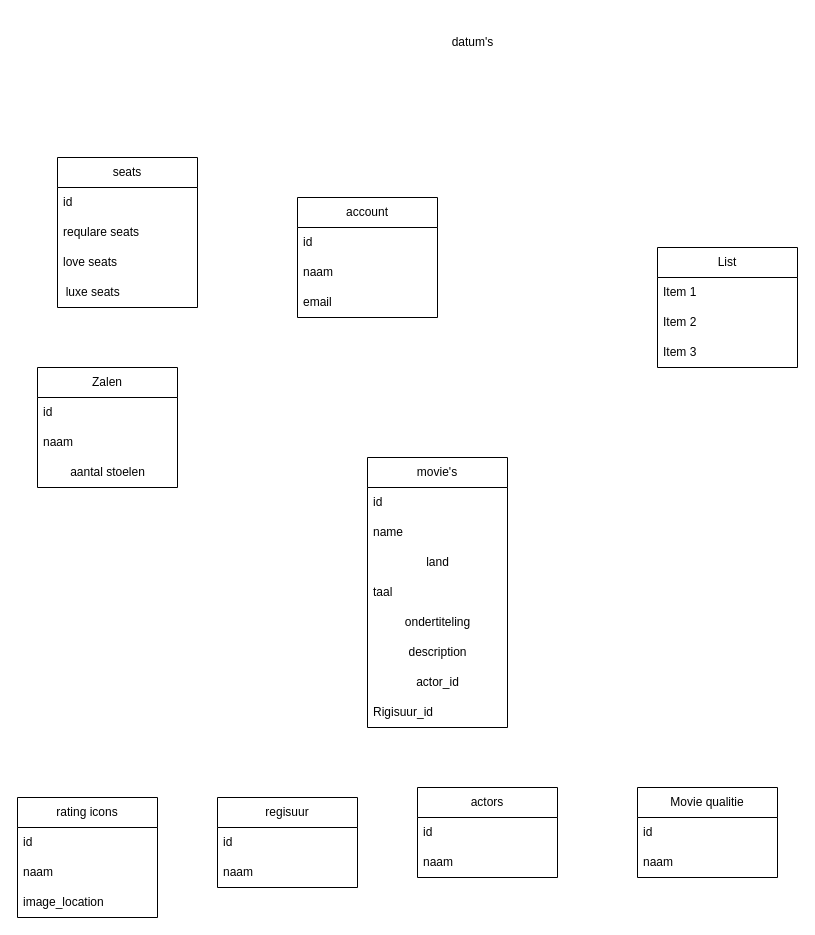
This is Diagram zonder titel.drawio from TimOudeAvenhuis/Jelle-opdracht, a draw.io file, before an edit. Source tidied: cells renumbered, new cells numbered last; positions are measured from the earlier drawing's top-left corner, leaving out a move shared by most shapes. Both pictures are drawn from the tidied source at 100%, with x=0, y=0 at pixel (17, 27).
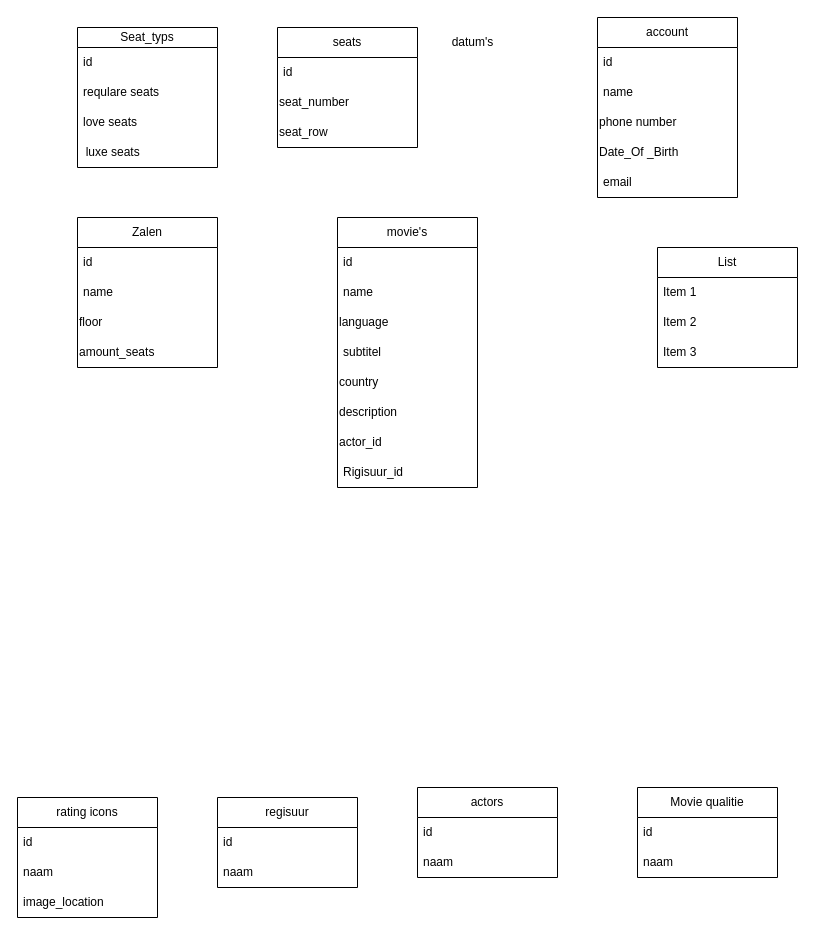
Above is the later version.

Diff of the diagram source:
```diff
@@
     <mxCell id="3" value="account" style="swimlane;fontStyle=0;horizontal=1;startSize=30;whiteSpace=wrap;html=1;" parent="1" vertex="1">
-      <mxGeometry x="280" y="170" width="140" height="120" as="geometry" />
+      <mxGeometry x="580" y="-10" width="140" height="180" as="geometry" />
     </mxCell>
@@
-    <mxCell id="5" value="naam" style="text;strokeColor=none;fillColor=none;align=left;verticalAlign=middle;spacingLeft=4;spacingRight=4;overflow=hidden;whiteSpace=wrap;html=1;" parent="3" vertex="1">
+    <mxCell id="5" value="name" style="text;strokeColor=none;fillColor=none;align=left;verticalAlign=middle;spacingLeft=4;spacingRight=4;overflow=hidden;whiteSpace=wrap;html=1;" parent="3" vertex="1">
       <mxGeometry y="60" width="140" height="30" as="geometry" />
     </mxCell>
+    <mxCell id="42" value="phone number" style="text;html=1;align=left;verticalAlign=middle;strokeColor=none;fillColor=none;" parent="3" vertex="1">
+      <mxGeometry y="90" width="140" height="30" as="geometry" />
+    </mxCell>
+    <mxCell id="43" value="Date_Of _Birth" style="text;html=1;align=left;verticalAlign=middle;strokeColor=none;fillColor=none;" parent="3" vertex="1">
+      <mxGeometry y="120" width="140" height="30" as="geometry" />
+    </mxCell>
     <mxCell id="6" value="email" style="text;strokeColor=none;fillColor=none;align=left;verticalAlign=middle;spacingLeft=4;spacingRight=4;overflow=hidden;whiteSpace=wrap;html=1;" parent="3" vertex="1">
-      <mxGeometry y="90" width="140" height="30" as="geometry" />
+      <mxGeometry y="150" width="140" height="30" as="geometry" />
     </mxCell>
     <mxCell id="7" value="Zalen" style="swimlane;fontStyle=0;horizontal=1;startSize=30;whiteSpace=wrap;html=1;" parent="1" vertex="1">
-      <mxGeometry x="20" y="340" width="140" height="120" as="geometry" />
+      <mxGeometry x="60" y="190" width="140" height="150" as="geometry" />
     </mxCell>
@@
-    <mxCell id="9" value="naam" style="text;strokeColor=none;fillColor=none;align=left;verticalAlign=middle;spacingLeft=4;spacingRight=4;overflow=hidden;whiteSpace=wrap;html=1;" parent="7" vertex="1">
+    <mxCell id="9" value="name" style="text;strokeColor=none;fillColor=none;align=left;verticalAlign=middle;spacingLeft=4;spacingRight=4;overflow=hidden;whiteSpace=wrap;html=1;" parent="7" vertex="1">
       <mxGeometry y="60" width="140" height="30" as="geometry" />
     </mxCell>
+    <mxCell id="44" value="floor" style="text;html=1;align=left;verticalAlign=middle;strokeColor=none;fillColor=none;" parent="7" vertex="1">
+      <mxGeometry y="90" width="140" height="30" as="geometry" />
+    </mxCell>
-    <mxCell id="10" value="aantal stoelen" style="text;html=1;align=center;verticalAlign=middle;strokeColor=none;fillColor=none;" parent="7" vertex="1">
-      <mxGeometry y="90" width="140" height="30" as="geometry" />
+    <mxCell id="10" value="amount_seats" style="text;html=1;align=left;verticalAlign=middle;strokeColor=none;fillColor=none;" parent="7" vertex="1">
+      <mxGeometry y="120" width="140" height="30" as="geometry" />
     </mxCell>
     <mxCell id="11" value="seats" style="swimlane;fontStyle=0;horizontal=1;startSize=30;whiteSpace=wrap;html=1;" parent="1" vertex="1">
-      <mxGeometry x="40" y="130" width="140" height="150" as="geometry" />
+      <mxGeometry x="260" width="140" height="120" as="geometry" />
     </mxCell>
@@
-    <mxCell id="13" value="requlare seats" style="text;strokeColor=none;fillColor=none;align=left;verticalAlign=middle;spacingLeft=4;spacingRight=4;overflow=hidden;whiteSpace=wrap;html=1;" parent="11" vertex="1">
-      <mxGeometry y="60" width="140" height="30" as="geometry" />
-    </mxCell>
-    <mxCell id="14" value="love seats" style="text;strokeColor=none;fillColor=none;align=left;verticalAlign=middle;spacingLeft=4;spacingRight=4;overflow=hidden;whiteSpace=wrap;html=1;" parent="11" vertex="1">
-      <mxGeometry y="90" width="140" height="30" as="geometry" />
-    </mxCell>
-    <mxCell id="15" value="&amp;nbsp; luxe seats" style="text;html=1;align=left;verticalAlign=middle;strokeColor=none;fillColor=none;" parent="11" vertex="1">
-      <mxGeometry y="120" width="140" height="30" as="geometry" />
-    </mxCell>
+    <mxCell id="45" value="seat_number" style="text;html=1;align=left;verticalAlign=middle;strokeColor=none;fillColor=none;" parent="11" vertex="1">
+      <mxGeometry y="60" width="140" height="30" as="geometry" />
+    </mxCell>
+    <mxCell id="46" value="seat_row" style="text;html=1;align=left;verticalAlign=middle;strokeColor=none;fillColor=none;" parent="11" vertex="1">
+      <mxGeometry y="90" width="140" height="30" as="geometry" />
+    </mxCell>
     <mxCell id="16" value="movie's" style="swimlane;fontStyle=0;horizontal=1;startSize=30;whiteSpace=wrap;html=1;" parent="1" vertex="1">
-      <mxGeometry x="350" y="430" width="140" height="270" as="geometry" />
+      <mxGeometry x="320" y="190" width="140" height="270" as="geometry" />
     </mxCell>
@@
-    <mxCell id="19" value="land" style="text;html=1;align=center;verticalAlign=middle;strokeColor=none;fillColor=none;" parent="16" vertex="1">
+    <mxCell id="19" value="language" style="text;html=1;align=left;verticalAlign=middle;strokeColor=none;fillColor=none;" parent="16" vertex="1">
       <mxGeometry y="90" width="140" height="30" as="geometry" />
     </mxCell>
-    <mxCell id="20" value="taal" style="text;strokeColor=none;fillColor=none;align=left;verticalAlign=middle;spacingLeft=4;spacingRight=4;overflow=hidden;whiteSpace=wrap;html=1;" parent="16" vertex="1">
+    <mxCell id="20" value="subtitel" style="text;strokeColor=none;fillColor=none;align=left;verticalAlign=middle;spacingLeft=4;spacingRight=4;overflow=hidden;whiteSpace=wrap;html=1;" parent="16" vertex="1">
       <mxGeometry y="120" width="140" height="30" as="geometry" />
     </mxCell>
-    <mxCell id="21" value="ondertiteling" style="text;html=1;align=center;verticalAlign=middle;strokeColor=none;fillColor=none;" parent="16" vertex="1">
+    <mxCell id="21" value="country" style="text;html=1;align=left;verticalAlign=middle;strokeColor=none;fillColor=none;" parent="16" vertex="1">
       <mxGeometry y="150" width="140" height="30" as="geometry" />
     </mxCell>
-    <mxCell id="22" value="description" style="text;html=1;align=center;verticalAlign=middle;strokeColor=none;fillColor=none;" parent="16" vertex="1">
+    <mxCell id="22" value="description" style="text;html=1;align=left;verticalAlign=middle;strokeColor=none;fillColor=none;" parent="16" vertex="1">
       <mxGeometry y="180" width="140" height="30" as="geometry" />
     </mxCell>
-    <mxCell id="23" value="actor_id" style="text;html=1;align=center;verticalAlign=middle;strokeColor=none;fillColor=none;" parent="16" vertex="1">
+    <mxCell id="23" value="actor_id" style="text;html=1;align=left;verticalAlign=middle;strokeColor=none;fillColor=none;" parent="16" vertex="1">
       <mxGeometry y="210" width="140" height="30" as="geometry" />
     </mxCell>
@@
+    <mxCell id="47" value="Seat_typs" style="swimlane;fontStyle=0;horizontal=1;startSize=20;whiteSpace=wrap;html=1;" parent="1" vertex="1">
+      <mxGeometry x="60" width="140" height="140" as="geometry" />
+    </mxCell>
+    <mxCell id="48" value="id" style="text;strokeColor=none;fillColor=none;align=left;verticalAlign=middle;spacingLeft=4;spacingRight=4;overflow=hidden;whiteSpace=wrap;html=1;" parent="47" vertex="1">
+      <mxGeometry y="20" width="140" height="30" as="geometry" />
+    </mxCell>
+    <mxCell id="13" value="requlare seats" style="text;strokeColor=none;fillColor=none;align=left;verticalAlign=middle;spacingLeft=4;spacingRight=4;overflow=hidden;whiteSpace=wrap;html=1;" parent="47" vertex="1">
+      <mxGeometry y="50" width="140" height="30" as="geometry" />
+    </mxCell>
+    <mxCell id="14" value="love seats" style="text;strokeColor=none;fillColor=none;align=left;verticalAlign=middle;spacingLeft=4;spacingRight=4;overflow=hidden;whiteSpace=wrap;html=1;" parent="47" vertex="1">
+      <mxGeometry y="80" width="140" height="30" as="geometry" />
+    </mxCell>
+    <mxCell id="15" value="&amp;nbsp; luxe seats" style="text;html=1;align=left;verticalAlign=middle;strokeColor=none;fillColor=none;" parent="47" vertex="1">
+      <mxGeometry y="110" width="140" height="30" as="geometry" />
+    </mxCell>
```
